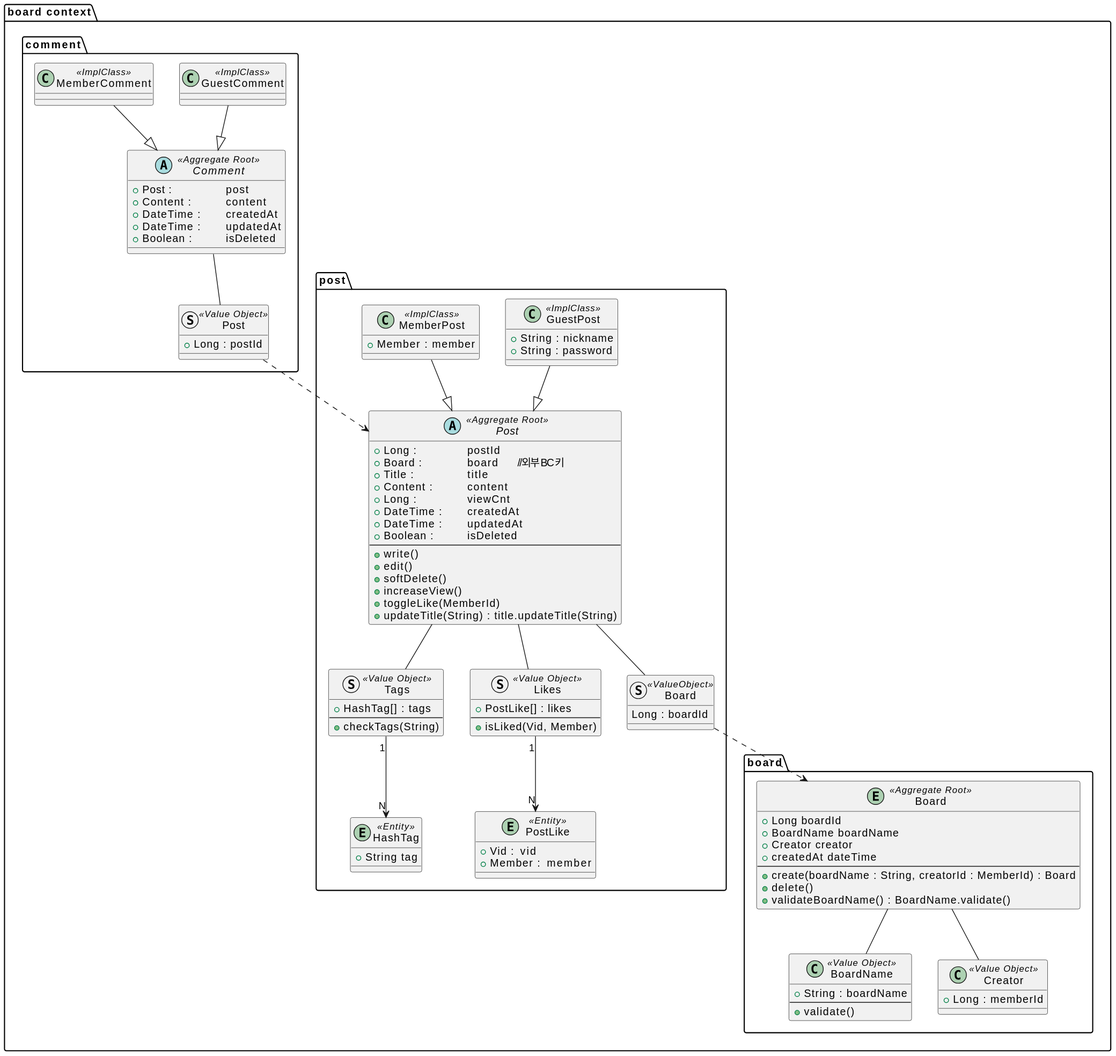
Before: document/puml/domain/boardContext.svg, a diagram exported from PlantUML (SimpleBoardTeam/server-hyunchang).
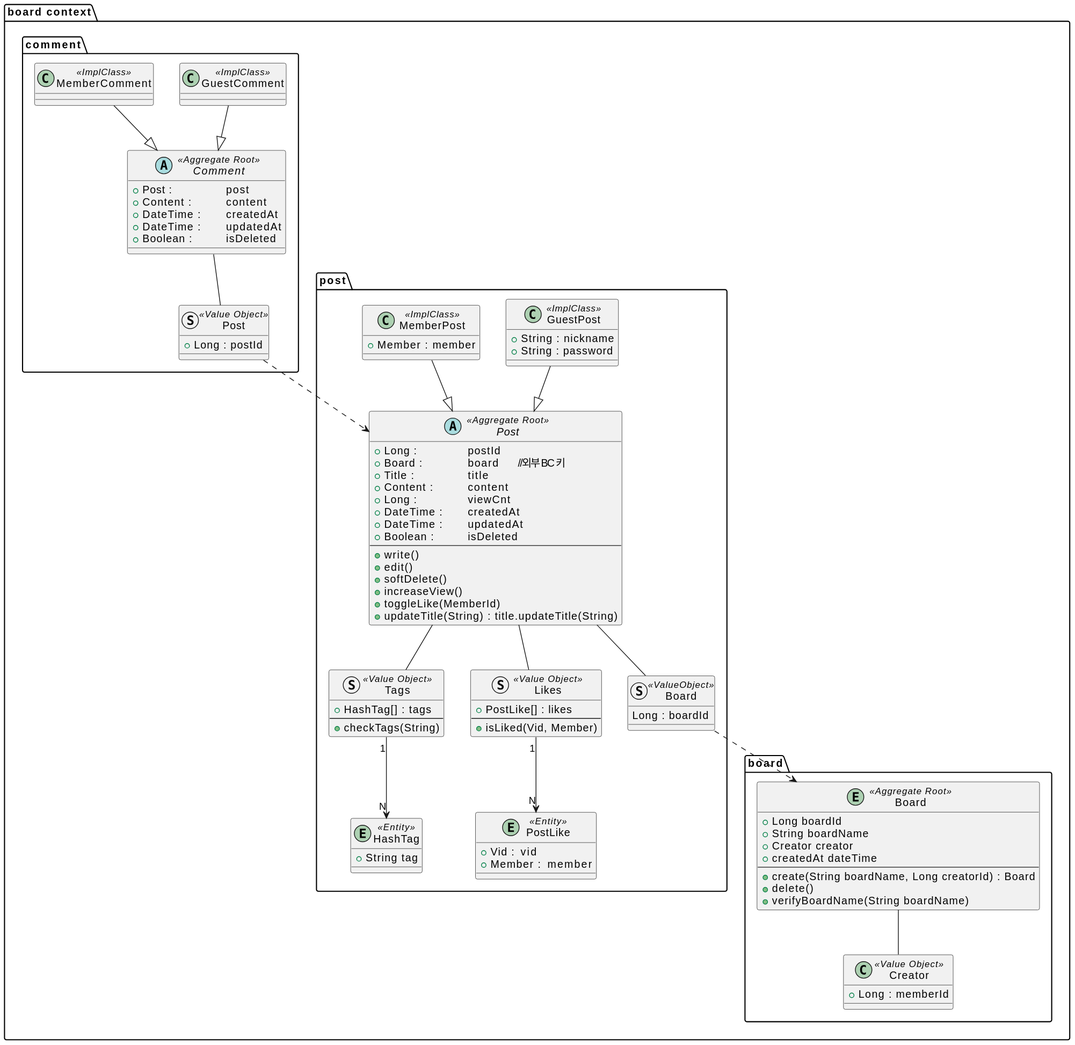
The same diagram one commit later.

Diff of the diagram source:
```diff
@@ -1,7 +1,7 @@
 @startuml
 package "board context"{
 
-    !include boardcontext/boardAggregate.puml
+    !include boardcontext/boardAggregate/boardAggregate.puml
     !include boardcontext/postAggregate.puml
     !include boardcontext/commentAggregate.puml
 
```
